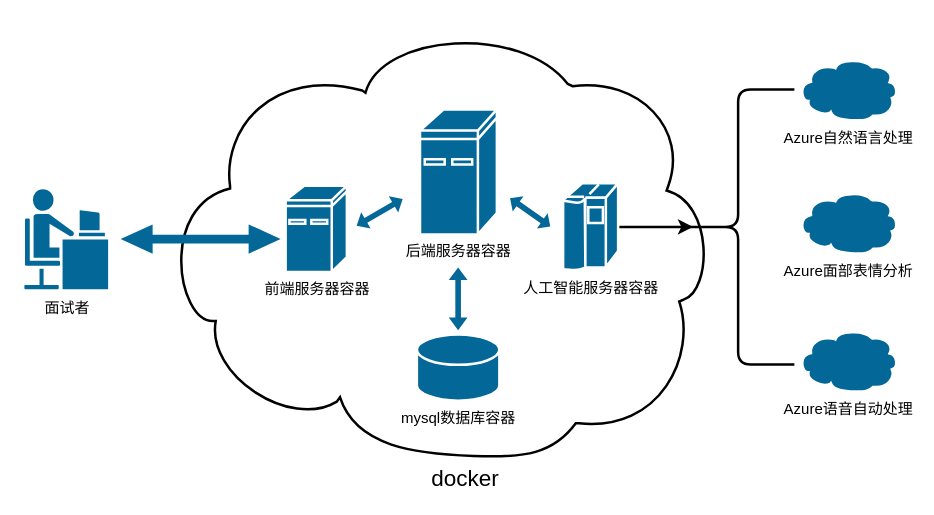
Before: Untitled Diagram.drawio in ValarMorghulis9/Experiment, a draw.io diagram. Source tidied: cells renumbered, new cells numbered last; positions are measured from the earlier drawing's top-left corner, leaving out a move shared by most shapes. Both pictures are drawn from the tidied source at 125%, with x=0, y=0 at pixel (22, 22).
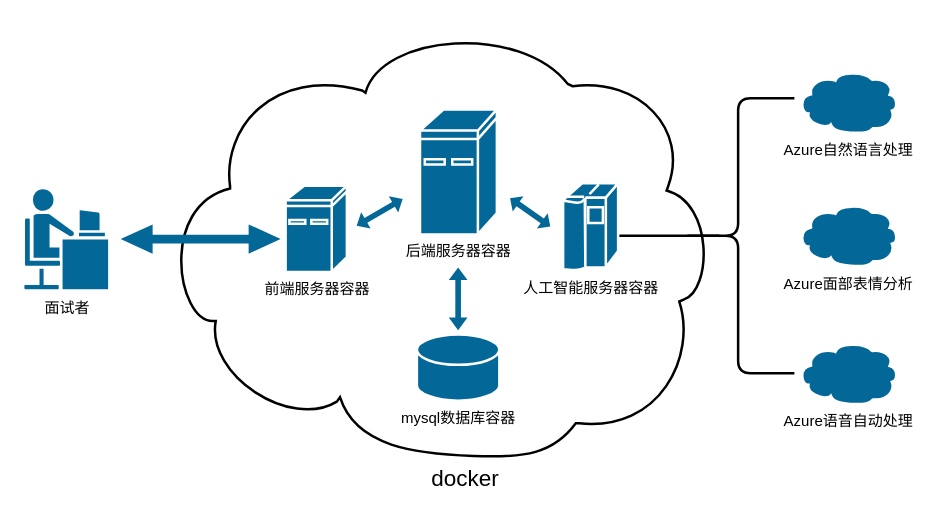
The same page after the edit.

Commit message:
系统架构设计图.drawio

What changed in the source:
```diff
@@
 <mxGraphModel>
   <root>
     <mxCell id="0" />
     <mxCell id="1" parent="0" />
     <mxCell id="2" style="edgeStyle=orthogonalEdgeStyle;jettySize=auto;html=1;" parent="1" edge="1" source="6" target="7">
       <mxGeometry relative="1" as="geometry" />
     </mxCell>
     <mxCell id="3" value="&amp;nbsp; &amp;nbsp; &amp;nbsp; &amp;nbsp; &amp;nbsp;docker" style="shape=mxgraph.cisco.storage.cloud;html=1;dashed=0;strokeWidth=2;verticalLabelPosition=bottom;verticalAlign=top;align=center;rounded=0;fontSize=18;" parent="1" vertex="1">
       <mxGeometry x="108.2" width="444.8" height="348" as="geometry" />
     </mxCell>
     <mxCell id="4" value="面试者" style="shape=mxgraph.cisco.people.androgenous_person;html=1;dashed=0;fillColor=#036897;strokeColor=#ffffff;strokeWidth=2;verticalLabelPosition=bottom;verticalAlign=top;align=center;rounded=0;" parent="1" vertex="1">
       <mxGeometry y="131.8" width="69" height="82" as="geometry" />
     </mxCell>
     <mxCell id="5" value="mysql数据库容器" style="shape=mxgraph.cisco.storage.relational_database;html=1;dashed=0;fillColor=#036897;strokeColor=#ffffff;strokeWidth=2;verticalLabelPosition=bottom;verticalAlign=top;align=center;rounded=0;" parent="1" vertex="1">
       <mxGeometry x="315" y="249" width="66" height="53" as="geometry" />
     </mxCell>
     <mxCell id="6" value="前端服务器容器" style="shape=mxgraph.cisco.computers_and_peripherals.ibm_mini_as400;html=1;dashed=0;fillColor=#036897;strokeColor=#ffffff;strokeWidth=2;verticalLabelPosition=bottom;verticalAlign=top;align=center;outlineConnect=0;rounded=0;" parent="1" vertex="1">
       <mxGeometry x="210" y="130" width="49" height="69" as="geometry" />
     </mxCell>
     <mxCell id="7" value="后端服务器容器" style="shape=mxgraph.cisco.computers_and_peripherals.ibm_mini_as400;html=1;dashed=0;fillColor=#036897;strokeColor=#ffffff;strokeWidth=2;verticalLabelPosition=bottom;verticalAlign=top;align=center;outlineConnect=0;rounded=0;" parent="1" vertex="1">
       <mxGeometry x="317.5" y="69" width="61.5" height="100" as="geometry" />
     </mxCell>
     <mxCell id="8" style="shape=doubleArrow;whiteSpace=wrap;html=1;fillColor=#036897;rounded=0;shadow=0;strokeColor=none;rotation=-30;" parent="1" vertex="1">
       <mxGeometry x="264" y="143.9" width="42.5" height="15" as="geometry" />
     </mxCell>
     <mxCell id="9" value="Azure自然语言处理" style="shape=mxgraph.cisco.storage.cloud;html=1;dashed=0;fillColor=#036897;strokeColor=#ffffff;strokeWidth=2;verticalLabelPosition=bottom;verticalAlign=top;align=center;gradientColor=none;rounded=0;" parent="1" vertex="1">
-      <mxGeometry x="620" y="28" width="80" height="50" as="geometry" />
+      <mxGeometry x="620" y="38" width="80" height="50" as="geometry" />
     </mxCell>
-    <mxCell id="10" style="edgeStyle=orthogonalEdgeStyle;jettySize=auto;html=1;entryX=0.1;entryY=0.5;entryDx=0;entryDy=0;entryPerimeter=0;strokeWidth=2;" parent="1" edge="1" source="11" target="17">
-      <mxGeometry relative="1" as="geometry" />
-    </mxCell>
     <mxCell id="11" value="人工智能服务器容器" style="shape=mxgraph.cisco.computers_and_peripherals.ibm_mainframe;sketch=0;html=1;dashed=0;fillColor=#036897;strokeColor=#ffffff;strokeWidth=2;verticalLabelPosition=bottom;verticalAlign=top;align=center;outlineConnect=0;" parent="1" vertex="1">
       <mxGeometry x="432" y="128" width="44" height="70" as="geometry" />
     </mxCell>
     <mxCell id="12" style="shape=doubleArrow;whiteSpace=wrap;html=1;fillColor=#036897;rounded=0;shadow=0;strokeColor=none;" parent="1" vertex="1">
       <mxGeometry x="78" y="161" width="128" height="23.5" as="geometry" />
     </mxCell>
     <mxCell id="13" style="shape=doubleArrow;whiteSpace=wrap;html=1;fillColor=#036897;rounded=0;shadow=0;strokeColor=none;rotation=-90;" parent="1" vertex="1">
       <mxGeometry x="322.9" y="213" width="50.2" height="15" as="geometry" />
     </mxCell>
     <mxCell id="14" style="shape=doubleArrow;whiteSpace=wrap;html=1;fillColor=#036897;rounded=0;shadow=0;strokeColor=none;rotation=-145;" parent="1" vertex="1">
       <mxGeometry x="386" y="143.9" width="39.3" height="15" as="geometry" />
     </mxCell>
     <mxCell id="15" value="Azure面部表情分析" style="shape=mxgraph.cisco.storage.cloud;html=1;dashed=0;fillColor=#036897;strokeColor=#ffffff;strokeWidth=2;verticalLabelPosition=bottom;verticalAlign=top;align=center;gradientColor=none;rounded=0;" parent="1" vertex="1">
-      <mxGeometry x="620" y="134.5" width="80" height="50" as="geometry" />
+      <mxGeometry x="620" y="144.5" width="80" height="50" as="geometry" />
     </mxCell>
     <mxCell id="16" value="Azure语音自动处理" style="shape=mxgraph.cisco.storage.cloud;html=1;dashed=0;fillColor=#036897;strokeColor=#ffffff;strokeWidth=2;verticalLabelPosition=bottom;verticalAlign=top;align=center;gradientColor=none;rounded=0;" parent="1" vertex="1">
-      <mxGeometry x="620" y="245" width="80" height="50" as="geometry" />
+      <mxGeometry x="620" y="255" width="80" height="50" as="geometry" />
     </mxCell>
     <mxCell id="17" style="shape=curlyBracket;whiteSpace=wrap;html=1;rounded=1;labelPosition=left;verticalLabelPosition=middle;align=right;verticalAlign=middle;strokeWidth=2;size=0.5;" parent="1" vertex="1">
-      <mxGeometry x="527" y="53" width="90" height="220" as="geometry" />
+      <mxGeometry x="527" y="60" width="90" height="220" as="geometry" />
     </mxCell>
+    <mxCell id="18" style="line;strokeWidth=2;html=1;strokeColor=default;fontColor=#1D3557;fillColor=none;" parent="1" vertex="1">
+      <mxGeometry x="477" y="165" width="80" height="10" as="geometry" />
+    </mxCell>
   </root>
 </mxGraphModel>
```
